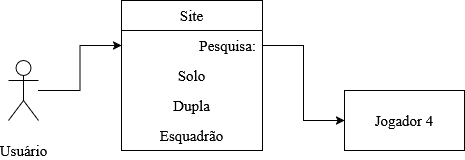
The draw.io diagram Diagrama de Busca.png in SkylerRedwave/projetoMarcioSegundoSemestre, before a commit. Source tidied: cells renumbered, new cells last; positions are measured from the earlier drawing's top-left corner, leaving out a move shared by most shapes.
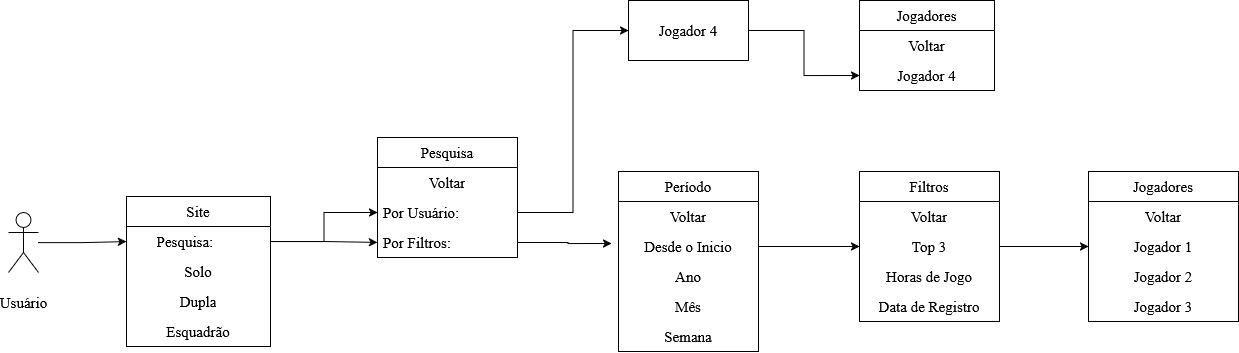
Later version of the same file.

Change to the diagram source:
```diff
@@ -6,28 +6,115 @@
       <mxGeometry relative="1" as="geometry" />
     </mxCell>
     <mxCell id="3" value="Usuário" style="shape=umlActor;verticalLabelPosition=bottom;verticalAlign=middle;html=1;outlineConnect=0;fontFamily=Times New Roman;fontSize=15;fontColor=default;fontStyle=0;align=center;" parent="1" vertex="1">
-      <mxGeometry y="60" width="30" height="60" as="geometry" />
+      <mxGeometry y="302" width="30" height="60" as="geometry" />
     </mxCell>
+    <mxCell id="11" value="Jogadores" style="swimlane;fontStyle=0;horizontal=1;startSize=30;whiteSpace=wrap;html=1;fontFamily=Times New Roman;fontSize=15;fontColor=default;align=center;verticalAlign=middle;" parent="1" vertex="1">
+      <mxGeometry x="851" y="90" width="135" height="90" as="geometry" />
+    </mxCell>
+    <mxCell id="12" value="Voltar" style="text;strokeColor=none;fillColor=none;align=center;verticalAlign=middle;spacingLeft=4;spacingRight=4;overflow=hidden;whiteSpace=wrap;html=1;fontFamily=Times New Roman;fontSize=15;fontColor=default;fontStyle=0;" parent="11" vertex="1">
+      <mxGeometry y="30" width="135" height="30" as="geometry" />
+    </mxCell>
+    <mxCell id="13" value="Jogador 4" style="text;strokeColor=none;fillColor=none;align=center;verticalAlign=middle;spacingLeft=4;spacingRight=4;overflow=hidden;points=[[0,0.5],[1,0.5]];portConstraint=eastwest;whiteSpace=wrap;html=1;fontFamily=Times New Roman;fontSize=15;fontColor=default;fontStyle=0;" parent="11" vertex="1">
+      <mxGeometry y="60" width="135" height="30" as="geometry" />
+    </mxCell>
+    <mxCell id="14" value="Jogadores" style="swimlane;fontStyle=0;horizontal=1;startSize=30;whiteSpace=wrap;html=1;fontFamily=Times New Roman;fontSize=15;fontColor=default;align=center;verticalAlign=middle;" parent="1" vertex="1">
+      <mxGeometry x="1080" y="261" width="150" height="150" as="geometry" />
+    </mxCell>
+    <mxCell id="15" value="Voltar" style="text;strokeColor=none;fillColor=none;align=center;verticalAlign=middle;spacingLeft=4;spacingRight=4;overflow=hidden;whiteSpace=wrap;html=1;fontFamily=Times New Roman;fontSize=15;fontColor=default;fontStyle=0;" parent="14" vertex="1">
+      <mxGeometry y="30" width="150" height="30" as="geometry" />
+    </mxCell>
+    <mxCell id="16" value="Jogador 1" style="text;strokeColor=none;fillColor=none;align=center;verticalAlign=middle;spacingLeft=4;spacingRight=4;overflow=hidden;whiteSpace=wrap;html=1;fontFamily=Times New Roman;fontSize=15;fontColor=default;fontStyle=0;" parent="14" vertex="1">
+      <mxGeometry y="60" width="150" height="30" as="geometry" />
+    </mxCell>
+    <mxCell id="17" value="Jogador 2" style="text;strokeColor=none;fillColor=none;align=center;verticalAlign=middle;spacingLeft=4;spacingRight=4;overflow=hidden;whiteSpace=wrap;html=1;fontFamily=Times New Roman;fontSize=15;fontColor=default;fontStyle=0;" parent="14" vertex="1">
+      <mxGeometry y="90" width="150" height="30" as="geometry" />
+    </mxCell>
+    <mxCell id="18" value="Jogador 3" style="text;strokeColor=none;fillColor=none;align=center;verticalAlign=middle;spacingLeft=4;spacingRight=4;overflow=hidden;whiteSpace=wrap;html=1;fontFamily=Times New Roman;fontSize=15;fontColor=default;fontStyle=0;" parent="14" vertex="1">
+      <mxGeometry y="120" width="150" height="30" as="geometry" />
+    </mxCell>
+    <mxCell id="19" value="Período" style="swimlane;fontStyle=0;horizontal=1;startSize=30;whiteSpace=wrap;html=1;fontFamily=Times New Roman;fontSize=15;fontColor=default;align=center;verticalAlign=middle;" parent="1" vertex="1">
+      <mxGeometry x="610" y="261" width="140" height="180" as="geometry" />
+    </mxCell>
+    <mxCell id="20" value="Voltar" style="text;strokeColor=none;fillColor=none;align=center;verticalAlign=middle;spacingLeft=4;spacingRight=4;overflow=hidden;whiteSpace=wrap;html=1;fontFamily=Times New Roman;fontSize=15;fontColor=default;fontStyle=0;" parent="19" vertex="1">
+      <mxGeometry y="30" width="140" height="30" as="geometry" />
+    </mxCell>
+    <mxCell id="21" value="Desde o Inicio" style="text;strokeColor=none;fillColor=none;align=center;verticalAlign=middle;spacingLeft=4;spacingRight=4;overflow=hidden;points=[[0,0.5],[1,0.5]];portConstraint=eastwest;whiteSpace=wrap;html=1;fontFamily=Times New Roman;fontSize=15;fontColor=default;fontStyle=0;" parent="19" vertex="1">
+      <mxGeometry y="60" width="140" height="30" as="geometry" />
+    </mxCell>
+    <mxCell id="22" value="Ano" style="text;strokeColor=none;fillColor=none;align=center;verticalAlign=middle;spacingLeft=4;spacingRight=4;overflow=hidden;whiteSpace=wrap;html=1;fontFamily=Times New Roman;fontSize=15;fontColor=default;fontStyle=0;" parent="19" vertex="1">
+      <mxGeometry y="90" width="140" height="30" as="geometry" />
+    </mxCell>
+    <mxCell id="23" value="Mês" style="text;strokeColor=none;fillColor=none;align=center;verticalAlign=middle;spacingLeft=4;spacingRight=4;overflow=hidden;whiteSpace=wrap;html=1;fontFamily=Times New Roman;fontSize=15;fontColor=default;fontStyle=0;" parent="19" vertex="1">
+      <mxGeometry y="120" width="140" height="30" as="geometry" />
+    </mxCell>
+    <mxCell id="24" value="Semana" style="text;strokeColor=none;fillColor=none;align=center;verticalAlign=middle;spacingLeft=4;spacingRight=4;overflow=hidden;whiteSpace=wrap;html=1;fontFamily=Times New Roman;fontSize=15;fontColor=default;fontStyle=0;" parent="19" vertex="1">
+      <mxGeometry y="150" width="140" height="30" as="geometry" />
+    </mxCell>
     <mxCell id="4" value="Site" style="swimlane;fontStyle=0;horizontal=1;startSize=30;whiteSpace=wrap;html=1;fontFamily=Times New Roman;fontSize=15;fontColor=default;align=center;verticalAlign=middle;" parent="1" vertex="1">
-      <mxGeometry x="113" width="141" height="150" as="geometry" />
+      <mxGeometry x="118" y="286" width="144" height="150" as="geometry" />
     </mxCell>
-    <mxCell id="5" value="&lt;div align=&quot;right&quot;&gt;Pesquisa:&lt;/div&gt;" style="text;strokeColor=none;fillColor=none;align=right;verticalAlign=middle;spacingLeft=4;spacingRight=4;overflow=hidden;points=[[0,0.5],[1,0.5]];portConstraint=eastwest;whiteSpace=wrap;html=1;fontFamily=Times New Roman;fontSize=15;fontColor=default;fontStyle=0;" parent="4" vertex="1">
-      <mxGeometry y="30" width="141" height="30" as="geometry" />
+    <mxCell id="5" value="&lt;div align=&quot;center&quot;&gt;Pesquisa:&amp;nbsp; &amp;nbsp; &amp;nbsp; &amp;nbsp;&lt;/div&gt;" style="text;strokeColor=none;fillColor=none;align=center;verticalAlign=middle;spacingLeft=4;spacingRight=4;overflow=hidden;points=[[0,0.5],[1,0.5]];portConstraint=eastwest;whiteSpace=wrap;html=1;fontFamily=Times New Roman;fontSize=15;fontColor=default;fontStyle=0;" parent="4" vertex="1">
+      <mxGeometry y="30" width="144" height="30" as="geometry" />
     </mxCell>
     <mxCell id="6" value="Solo" style="text;strokeColor=none;fillColor=none;align=center;verticalAlign=middle;spacingLeft=4;spacingRight=4;overflow=hidden;whiteSpace=wrap;html=1;fontFamily=Times New Roman;fontSize=15;fontColor=default;fontStyle=0;" parent="4" vertex="1">
-      <mxGeometry y="60" width="141" height="30" as="geometry" />
+      <mxGeometry y="60" width="144" height="30" as="geometry" />
     </mxCell>
     <mxCell id="7" value="Dupla" style="text;strokeColor=none;fillColor=none;align=center;verticalAlign=middle;spacingLeft=4;spacingRight=4;overflow=hidden;whiteSpace=wrap;html=1;fontFamily=Times New Roman;fontSize=15;fontColor=default;fontStyle=0;" parent="4" vertex="1">
-      <mxGeometry y="90" width="141" height="30" as="geometry" />
+      <mxGeometry y="90" width="144" height="30" as="geometry" />
     </mxCell>
     <mxCell id="8" value="&lt;div&gt;Esquadrão&lt;/div&gt;" style="text;strokeColor=none;fillColor=none;align=center;verticalAlign=middle;spacingLeft=4;spacingRight=4;overflow=hidden;whiteSpace=wrap;html=1;fontFamily=Times New Roman;fontSize=15;fontColor=default;fontStyle=0;" parent="4" vertex="1">
-      <mxGeometry y="120" width="141" height="30" as="geometry" />
+      <mxGeometry y="120" width="144" height="30" as="geometry" />
     </mxCell>
-    <mxCell id="9" value="&lt;div align=&quot;center&quot;&gt;Jogador 4&lt;/div&gt;" style="whiteSpace=wrap;html=1;align=center;verticalAlign=middle;spacingLeft=4;spacingRight=4;fontFamily=Times New Roman;fontSize=15;fontColor=default;fontStyle=0;fillColor=none;gradientColor=none;" parent="1" vertex="1">
-      <mxGeometry x="336" y="90" width="120" height="60" as="geometry" />
-    </mxCell>
-    <mxCell id="10" style="edgeStyle=orthogonalEdgeStyle;rounded=0;jettySize=auto;html=1;entryX=0;entryY=0.5;entryDx=0;entryDy=0;" parent="1" edge="1" source="5" target="9">
-      <mxGeometry relative="1" as="geometry" />
-    </mxCell>
+    <mxCell id="25" value="&lt;div align=&quot;center&quot;&gt;Pesquisa&lt;/div&gt;" style="swimlane;fontStyle=0;horizontal=1;startSize=30;whiteSpace=wrap;html=1;fontFamily=Times New Roman;fontSize=15;fontColor=default;align=center;verticalAlign=middle;spacingLeft=4;spacingRight=4;" parent="1" vertex="1">
+      <mxGeometry x="369" y="227" width="140" height="120" as="geometry" />
+    </mxCell>
+    <mxCell id="26" value="&lt;div align=&quot;center&quot;&gt;Voltar&lt;/div&gt;" style="text;strokeColor=none;fillColor=none;align=center;verticalAlign=middle;spacingLeft=4;spacingRight=4;overflow=hidden;whiteSpace=wrap;html=1;fontFamily=Times New Roman;fontSize=15;fontColor=default;fontStyle=0;" parent="25" vertex="1">
+      <mxGeometry y="30" width="140" height="30" as="geometry" />
+    </mxCell>
+    <mxCell id="27" value="&lt;div align=&quot;left&quot;&gt;Por Usuário:&lt;/div&gt;" style="text;strokeColor=none;fillColor=none;align=left;verticalAlign=middle;spacingLeft=4;spacingRight=4;overflow=hidden;points=[[0,0.5],[1,0.5]];portConstraint=eastwest;whiteSpace=wrap;html=1;fontFamily=Times New Roman;fontSize=15;fontColor=default;fontStyle=0;" parent="25" vertex="1">
+      <mxGeometry y="60" width="140" height="30" as="geometry" />
+    </mxCell>
+    <mxCell id="28" value="&lt;div align=&quot;left&quot;&gt;Por Filtros:&lt;/div&gt;" style="text;strokeColor=none;fillColor=none;align=left;verticalAlign=middle;spacingLeft=4;spacingRight=4;overflow=hidden;points=[[0,0.5],[1,0.5]];portConstraint=eastwest;whiteSpace=wrap;html=1;fontFamily=Times New Roman;fontSize=15;fontColor=default;fontStyle=0;" parent="25" vertex="1">
+      <mxGeometry y="90" width="140" height="30" as="geometry" />
+    </mxCell>
+    <mxCell id="29" style="edgeStyle=orthogonalEdgeStyle;rounded=0;jettySize=auto;html=1;entryX=0;entryY=0.5;entryDx=0;entryDy=0;" parent="1" edge="1" source="5" target="28">
+      <mxGeometry relative="1" as="geometry" />
+    </mxCell>
+    <mxCell id="30" style="edgeStyle=orthogonalEdgeStyle;rounded=0;jettySize=auto;html=1;entryX=0;entryY=0.5;entryDx=0;entryDy=0;" parent="1" edge="1" source="5" target="27">
+      <mxGeometry relative="1" as="geometry" />
+    </mxCell>
+    <mxCell id="31" style="edgeStyle=orthogonalEdgeStyle;rounded=0;jettySize=auto;html=1;entryX=0;entryY=0.5;entryDx=0;entryDy=0;" parent="1" edge="1" source="32" target="13">
+      <mxGeometry relative="1" as="geometry" />
+    </mxCell>
+    <mxCell id="32" value="&lt;div align=&quot;center&quot;&gt;Jogador 4&lt;/div&gt;" style="rounded=0;whiteSpace=wrap;html=1;fontFamily=Times New Roman;fontSize=15;fontColor=default;fontStyle=0;align=center;verticalAlign=middle;spacingLeft=4;spacingRight=4;" parent="1" vertex="1">
+      <mxGeometry x="620" y="90" width="120" height="60" as="geometry" />
+    </mxCell>
+    <mxCell id="33" style="edgeStyle=orthogonalEdgeStyle;rounded=0;jettySize=auto;html=1;entryX=0;entryY=0.5;entryDx=0;entryDy=0;" parent="1" edge="1" source="27" target="32">
+      <mxGeometry relative="1" as="geometry" />
+    </mxCell>
+    <mxCell id="34" style="edgeStyle=orthogonalEdgeStyle;rounded=0;jettySize=auto;html=1;entryX=-0.05;entryY=0.4;entryDx=0;entryDy=0;entryPerimeter=0;" parent="1" edge="1" source="28" target="21">
+      <mxGeometry relative="1" as="geometry" />
+    </mxCell>
+    <mxCell id="35" value="Filtros" style="swimlane;fontStyle=0;horizontal=1;startSize=30;whiteSpace=wrap;html=1;fontFamily=Times New Roman;fontSize=15;fontColor=default;align=center;verticalAlign=middle;" parent="1" vertex="1">
+      <mxGeometry x="851" y="261" width="140" height="150" as="geometry" />
+    </mxCell>
+    <mxCell id="36" value="Voltar" style="text;strokeColor=none;fillColor=none;align=center;verticalAlign=middle;spacingLeft=4;spacingRight=4;overflow=hidden;whiteSpace=wrap;html=1;fontFamily=Times New Roman;fontSize=15;fontColor=default;fontStyle=0;" parent="35" vertex="1">
+      <mxGeometry y="30" width="140" height="30" as="geometry" />
+    </mxCell>
+    <mxCell id="37" value="Top 3" style="text;strokeColor=none;fillColor=none;align=center;verticalAlign=middle;spacingLeft=4;spacingRight=4;overflow=hidden;points=[[0,0.5],[1,0.5]];portConstraint=eastwest;whiteSpace=wrap;html=1;fontFamily=Times New Roman;fontSize=15;fontColor=default;fontStyle=0;" parent="35" vertex="1">
+      <mxGeometry y="60" width="140" height="30" as="geometry" />
+    </mxCell>
+    <mxCell id="38" value="Horas de Jogo" style="text;strokeColor=none;fillColor=none;align=center;verticalAlign=middle;spacingLeft=4;spacingRight=4;overflow=hidden;whiteSpace=wrap;html=1;fontFamily=Times New Roman;fontSize=15;fontColor=default;fontStyle=0;" parent="35" vertex="1">
+      <mxGeometry y="90" width="140" height="30" as="geometry" />
+    </mxCell>
+    <mxCell id="39" value="Data de Registro" style="text;strokeColor=none;fillColor=none;align=center;verticalAlign=middle;spacingLeft=4;spacingRight=4;overflow=hidden;whiteSpace=wrap;html=1;fontFamily=Times New Roman;fontSize=15;fontColor=default;fontStyle=0;" parent="35" vertex="1">
+      <mxGeometry y="120" width="140" height="30" as="geometry" />
+    </mxCell>
+    <mxCell id="40" style="edgeStyle=orthogonalEdgeStyle;rounded=0;jettySize=auto;html=1;entryX=0;entryY=0.5;entryDx=0;entryDy=0;" parent="1" edge="1" source="21" target="37">
+      <mxGeometry relative="1" as="geometry" />
+    </mxCell>
+    <mxCell id="41" style="edgeStyle=orthogonalEdgeStyle;rounded=0;jettySize=auto;html=1;" parent="1" edge="1" source="37" target="14">
+      <mxGeometry relative="1" as="geometry" />
+    </mxCell>
   </root>
 </mxGraphModel>
```
